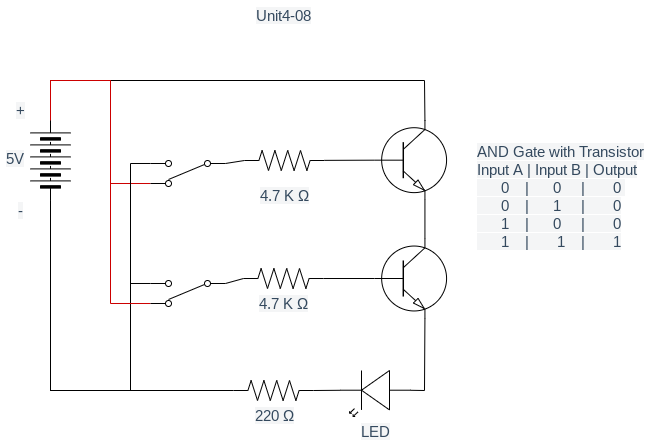
Earlier version of the draw.io export Unit4-08.png (Igor-Zhelezniak-1/TEJ3M1-Unit4). Source tidied: cells renumbered, new cells last; positions are measured from the earlier drawing's top-left corner, leaving out a move shared by most shapes.
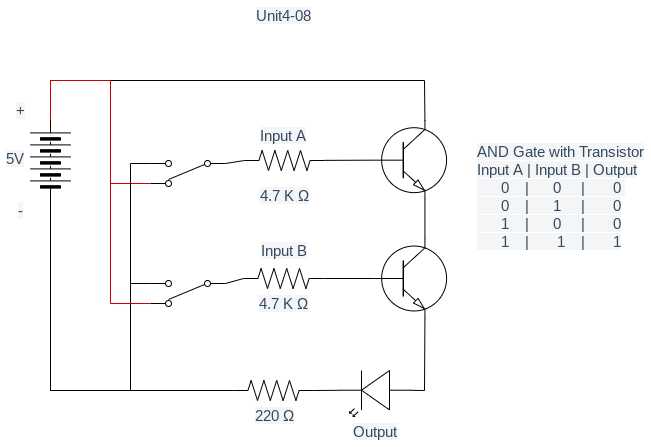
The same diagram one commit later.

Change to the diagram source:
```diff
@@ -86,7 +86,7 @@
     <mxCell id="18" value="&lt;div style=&quot;text-align: left&quot;&gt;&lt;font color=&quot;#34495e&quot;&gt;&lt;span style=&quot;font-size: 15px ; background-color: rgb(244 , 245 , 246)&quot;&gt;AND Gate with Transistor&lt;/span&gt;&lt;/font&gt;&lt;/div&gt;&lt;div style=&quot;text-align: left&quot;&gt;&lt;font color=&quot;#34495e&quot;&gt;&lt;span style=&quot;font-size: 15px ; background-color: rgb(244 , 245 , 246)&quot;&gt;Input A | Input B | Output&lt;/span&gt;&lt;/font&gt;&lt;/div&gt;&lt;div style=&quot;text-align: left&quot;&gt;&lt;font color=&quot;#34495e&quot;&gt;&lt;span style=&quot;font-size: 15px ; background-color: rgb(244 , 245 , 246)&quot;&gt;&amp;nbsp; &amp;nbsp; &amp;nbsp; 0&amp;nbsp; &amp;nbsp; |&amp;nbsp; &amp;nbsp; &amp;nbsp; 0&amp;nbsp; &amp;nbsp; &amp;nbsp;|&amp;nbsp; &amp;nbsp; &amp;nbsp; &amp;nbsp;0&amp;nbsp;&lt;/span&gt;&lt;/font&gt;&lt;/div&gt;&lt;div style=&quot;text-align: left&quot;&gt;&lt;font color=&quot;#34495e&quot;&gt;&lt;span style=&quot;font-size: 15px ; background-color: rgb(244 , 245 , 246)&quot;&gt;&amp;nbsp; &amp;nbsp; &amp;nbsp; 0&amp;nbsp; &amp;nbsp; |&amp;nbsp; &amp;nbsp; &amp;nbsp; 1&amp;nbsp; &amp;nbsp; &amp;nbsp;|&amp;nbsp; &amp;nbsp; &amp;nbsp; &amp;nbsp;0&lt;/span&gt;&lt;/font&gt;&lt;/div&gt;&lt;div style=&quot;text-align: left&quot;&gt;&lt;font color=&quot;#34495e&quot;&gt;&lt;span style=&quot;font-size: 15px ; background-color: rgb(244 , 245 , 246)&quot;&gt;&amp;nbsp; &amp;nbsp; &amp;nbsp; 1&amp;nbsp; &amp;nbsp; |&amp;nbsp; &amp;nbsp; &amp;nbsp; 0&amp;nbsp; &amp;nbsp; &amp;nbsp;|&amp;nbsp; &amp;nbsp; &amp;nbsp; &amp;nbsp;0&lt;/span&gt;&lt;/font&gt;&lt;/div&gt;&lt;div style=&quot;text-align: left&quot;&gt;&lt;font color=&quot;#34495e&quot;&gt;&lt;span style=&quot;font-size: 15px ; background-color: rgb(244 , 245 , 246)&quot;&gt;&amp;nbsp; &amp;nbsp; &amp;nbsp; 1&amp;nbsp; &amp;nbsp; |&amp;nbsp; &amp;nbsp; &amp;nbsp; &amp;nbsp;1&amp;nbsp; &amp;nbsp; |&amp;nbsp; &amp;nbsp; &amp;nbsp; &amp;nbsp;1&lt;/span&gt;&lt;/font&gt;&lt;/div&gt;" style="text;html=1;strokeColor=none;fillColor=none;align=center;verticalAlign=middle;whiteSpace=wrap;rounded=0;" parent="1" vertex="1">
       <mxGeometry x="470" y="123" width="180" height="145" as="geometry" />
     </mxCell>
-    <mxCell id="19" value="&lt;div style=&quot;text-align: left&quot;&gt;&lt;font color=&quot;#34495e&quot;&gt;&lt;span style=&quot;font-size: 15px ; background-color: rgb(244 , 245 , 246)&quot;&gt;LED&lt;/span&gt;&lt;/font&gt;&lt;/div&gt;" style="text;html=1;strokeColor=none;fillColor=none;align=center;verticalAlign=middle;whiteSpace=wrap;rounded=0;" parent="1" vertex="1">
+    <mxCell id="19" value="&lt;div style=&quot;text-align: left&quot;&gt;&lt;font color=&quot;#34495e&quot;&gt;&lt;span style=&quot;font-size: 15px ; background-color: rgb(244 , 245 , 246)&quot;&gt;Output&lt;/span&gt;&lt;/font&gt;&lt;/div&gt;" style="text;html=1;strokeColor=none;fillColor=none;align=center;verticalAlign=middle;whiteSpace=wrap;rounded=0;" parent="1" vertex="1">
       <mxGeometry x="345" y="416" width="60" height="30" as="geometry" />
     </mxCell>
     <mxCell id="20" value="&lt;div style=&quot;text-align: left&quot;&gt;&lt;font color=&quot;#34495e&quot;&gt;&lt;span style=&quot;font-size: 15px ; background-color: rgb(244 , 245 , 246)&quot;&gt;5V&lt;/span&gt;&lt;/font&gt;&lt;/div&gt;" style="text;html=1;strokeColor=none;fillColor=none;align=center;verticalAlign=middle;whiteSpace=wrap;rounded=0;" parent="1" vertex="1">
@@ -132,5 +132,11 @@
     <mxCell id="32" value="&lt;span style=&quot;color: rgb(52 , 73 , 94) ; font-family: , sans-serif ; font-size: 15px ; text-align: left ; background-color: rgb(244 , 245 , 246)&quot;&gt;4.7 K Ω&lt;/span&gt;" style="text;html=1;align=center;verticalAlign=middle;whiteSpace=wrap;rounded=0;" parent="1" vertex="1">
       <mxGeometry x="253" y="288" width="60" height="30" as="geometry" />
     </mxCell>
+    <mxCell id="33" value="&lt;span style=&quot;color: rgb(52 , 73 , 94) ; font-family: , sans-serif ; font-size: 15px ; text-align: left ; background-color: rgb(244 , 245 , 246)&quot;&gt;Input A&lt;/span&gt;" style="text;html=1;align=center;verticalAlign=middle;whiteSpace=wrap;rounded=0;" parent="1" vertex="1">
+      <mxGeometry x="253" y="120" width="60" height="30" as="geometry" />
+    </mxCell>
+    <mxCell id="34" value="&lt;span style=&quot;color: rgb(52 , 73 , 94) ; font-family: , sans-serif ; font-size: 15px ; text-align: left ; background-color: rgb(244 , 245 , 246)&quot;&gt;Input B&lt;/span&gt;" style="text;html=1;align=center;verticalAlign=middle;whiteSpace=wrap;rounded=0;" parent="1" vertex="1">
+      <mxGeometry x="254" y="235" width="60" height="30" as="geometry" />
+    </mxCell>
   </root>
 </mxGraphModel>
```
